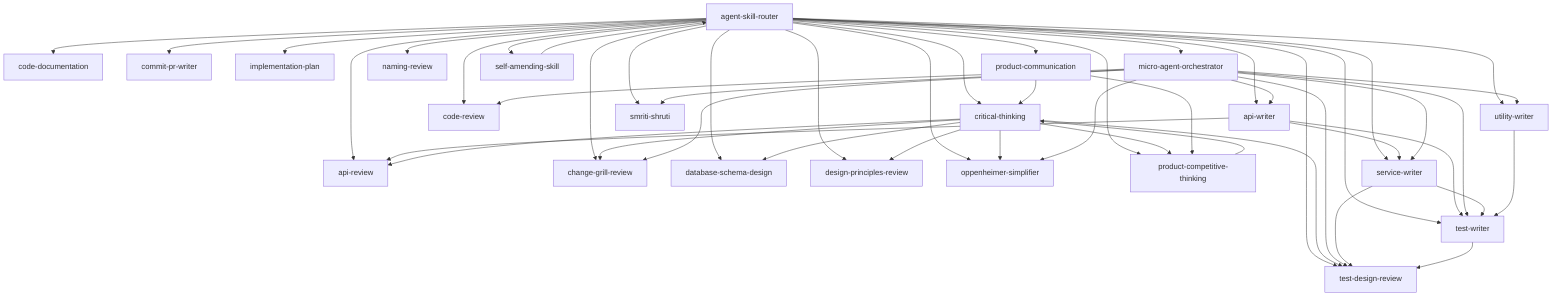
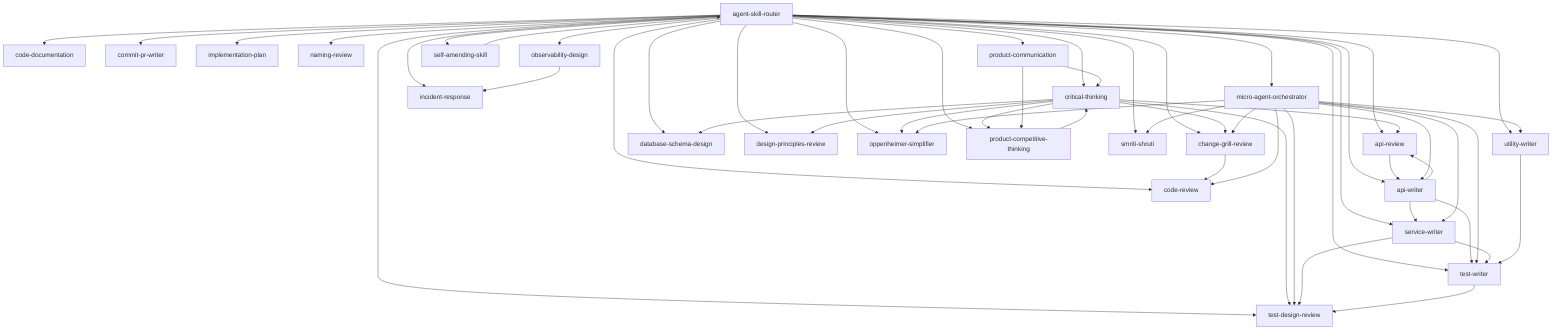
graph TD
  agent_skill_router["agent-skill-router"] --> api_review["api-review"]
  agent_skill_router["agent-skill-router"] --> api_writer["api-writer"]
  agent_skill_router["agent-skill-router"] --> change_grill_review["change-grill-review"]
  agent_skill_router["agent-skill-router"] --> code_documentation["code-documentation"]
  agent_skill_router["agent-skill-router"] --> code_review["code-review"]
  agent_skill_router["agent-skill-router"] --> commit_pr_writer["commit-pr-writer"]
  agent_skill_router["agent-skill-router"] --> critical_thinking["critical-thinking"]
  agent_skill_router["agent-skill-router"] --> database_schema_design["database-schema-design"]
  agent_skill_router["agent-skill-router"] --> design_principles_review["design-principles-review"]
  agent_skill_router["agent-skill-router"] --> implementation_plan["implementation-plan"]
+   agent_skill_router["agent-skill-router"] --> incident_response["incident-response"]
  agent_skill_router["agent-skill-router"] --> micro_agent_orchestrator["micro-agent-orchestrator"]
  agent_skill_router["agent-skill-router"] --> naming_review["naming-review"]
+   agent_skill_router["agent-skill-router"] --> observability_design["observability-design"]
  agent_skill_router["agent-skill-router"] --> oppenheimer_simplifier["oppenheimer-simplifier"]
  agent_skill_router["agent-skill-router"] --> product_communication["product-communication"]
  agent_skill_router["agent-skill-router"] --> product_competitive_thinking["product-competitive-thinking"]
  agent_skill_router["agent-skill-router"] --> self_amending_skill["self-amending-skill"]
  agent_skill_router["agent-skill-router"] --> service_writer["service-writer"]
  agent_skill_router["agent-skill-router"] --> smriti_shruti["smriti-shruti"]
  agent_skill_router["agent-skill-router"] --> test_design_review["test-design-review"]
  agent_skill_router["agent-skill-router"] --> test_writer["test-writer"]
  agent_skill_router["agent-skill-router"] --> utility_writer["utility-writer"]
+   api_review["api-review"] --> api_writer["api-writer"]
  api_writer["api-writer"] --> api_review["api-review"]
  api_writer["api-writer"] --> service_writer["service-writer"]
  api_writer["api-writer"] --> test_writer["test-writer"]
+   change_grill_review["change-grill-review"] --> code_review["code-review"]
  critical_thinking["critical-thinking"] --> api_review["api-review"]
  critical_thinking["critical-thinking"] --> change_grill_review["change-grill-review"]
  critical_thinking["critical-thinking"] --> database_schema_design["database-schema-design"]
  critical_thinking["critical-thinking"] --> design_principles_review["design-principles-review"]
  critical_thinking["critical-thinking"] --> oppenheimer_simplifier["oppenheimer-simplifier"]
  critical_thinking["critical-thinking"] --> product_competitive_thinking["product-competitive-thinking"]
  critical_thinking["critical-thinking"] --> test_design_review["test-design-review"]
  micro_agent_orchestrator["micro-agent-orchestrator"] --> api_writer["api-writer"]
  micro_agent_orchestrator["micro-agent-orchestrator"] --> change_grill_review["change-grill-review"]
  micro_agent_orchestrator["micro-agent-orchestrator"] --> code_review["code-review"]
  micro_agent_orchestrator["micro-agent-orchestrator"] --> oppenheimer_simplifier["oppenheimer-simplifier"]
  micro_agent_orchestrator["micro-agent-orchestrator"] --> service_writer["service-writer"]
  micro_agent_orchestrator["micro-agent-orchestrator"] --> smriti_shruti["smriti-shruti"]
  micro_agent_orchestrator["micro-agent-orchestrator"] --> test_design_review["test-design-review"]
  micro_agent_orchestrator["micro-agent-orchestrator"] --> test_writer["test-writer"]
  micro_agent_orchestrator["micro-agent-orchestrator"] --> utility_writer["utility-writer"]
+   observability_design["observability-design"] --> incident_response["incident-response"]
  product_communication["product-communication"] --> critical_thinking["critical-thinking"]
  product_communication["product-communication"] --> product_competitive_thinking["product-competitive-thinking"]
  product_competitive_thinking["product-competitive-thinking"] --> critical_thinking["critical-thinking"]
  self_amending_skill["self-amending-skill"] --> agent_skill_router["agent-skill-router"]
  service_writer["service-writer"] --> test_design_review["test-design-review"]
  service_writer["service-writer"] --> test_writer["test-writer"]
  test_writer["test-writer"] --> test_design_review["test-design-review"]
  utility_writer["utility-writer"] --> test_writer["test-writer"]
